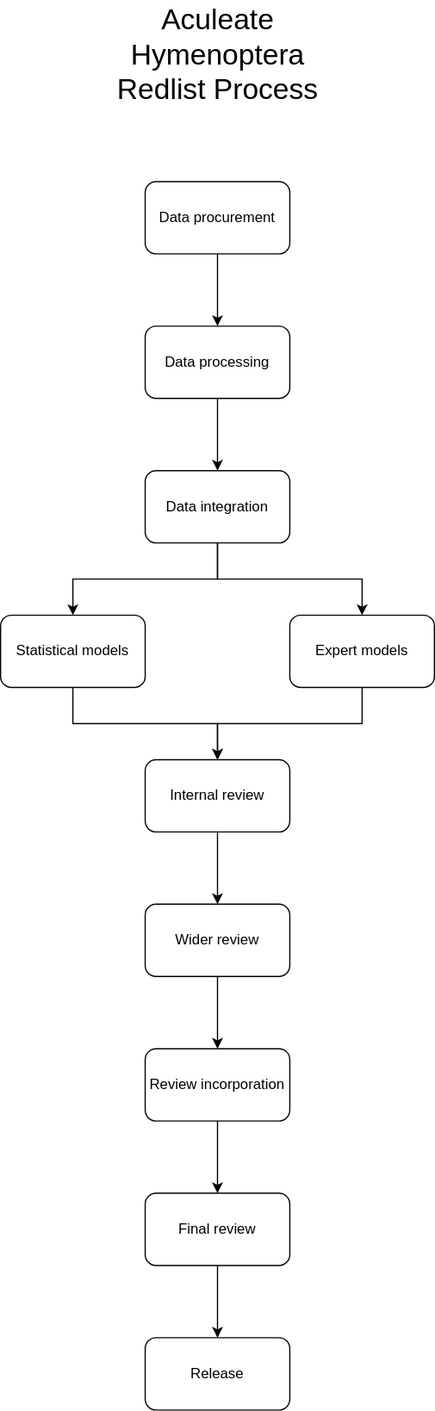
Above: diagrams/process_pipeline.drawio.svg in Edwards-R/redlist_docs (draw.io), before the change. Source tidied: cells renumbered, new cells last; positions are measured from the earlier drawing's top-left corner, leaving out a move shared by most shapes.
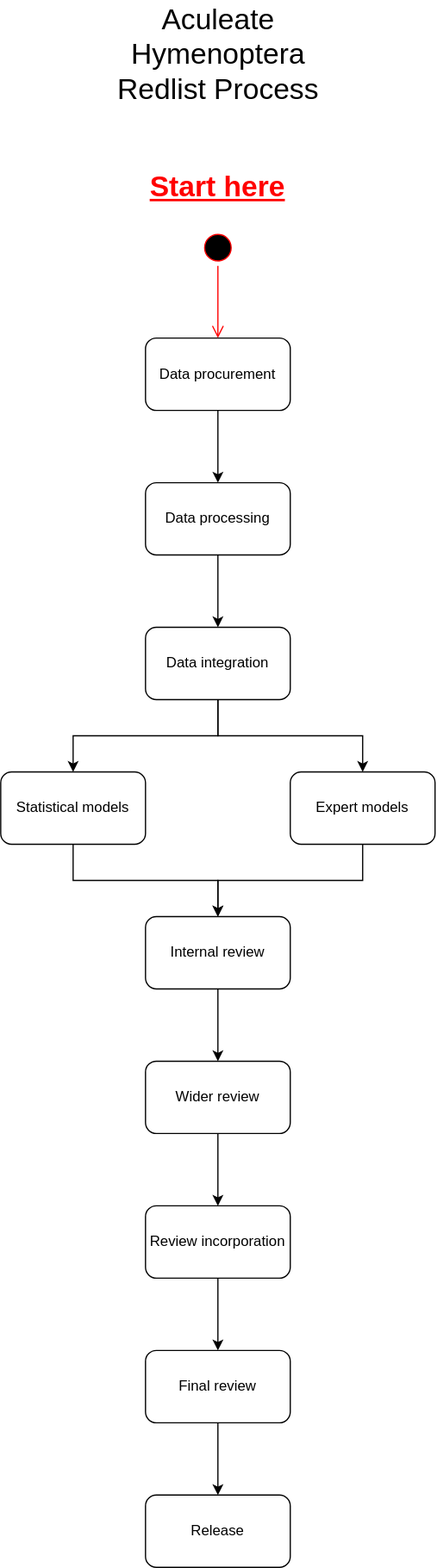
After the change.

Commit message:
Adding eligibility assessment process

The edit, as a diff of the source:
```diff
@@ -51,7 +51,7 @@
       <mxGeometry x="120" y="990" width="120" height="60" as="geometry" />
     </mxCell>
     <mxCell id="18" value="Aculeate Hymenoptera Redlist Process" style="text;html=1;strokeColor=none;fillColor=none;align=center;verticalAlign=middle;whiteSpace=wrap;rounded=0;fontSize=24;" parent="1" vertex="1">
-      <mxGeometry x="67.5" width="225" height="90" as="geometry" />
+      <mxGeometry x="67.5" y="-130" width="225" height="90" as="geometry" />
     </mxCell>
     <mxCell id="19" value="Release" style="rounded=1;whiteSpace=wrap;html=1;" parent="1" vertex="1">
       <mxGeometry x="120" y="1110" width="120" height="60" as="geometry" />
@@ -65,5 +65,16 @@
     <mxCell id="22" value="Expert models" style="rounded=1;whiteSpace=wrap;html=1;" parent="1" vertex="1">
       <mxGeometry x="240" y="510" width="120" height="60" as="geometry" />
     </mxCell>
+    <mxCell id="23" style="ellipse;html=1;shape=startState;fillColor=#000000;strokeColor=#ff0000;" parent="1" vertex="1">
+      <mxGeometry x="165" y="60" width="30" height="30" as="geometry" />
+    </mxCell>
+    <mxCell id="24" style="edgeStyle=orthogonalEdgeStyle;html=1;verticalAlign=bottom;endArrow=open;endSize=8;strokeColor=#ff0000;" parent="1" edge="1" source="23">
+      <mxGeometry relative="1" as="geometry">
+        <mxPoint x="180" y="150" as="targetPoint" />
+      </mxGeometry>
+    </mxCell>
+    <mxCell id="25" value="Start here" style="text;html=1;strokeColor=none;fillColor=none;align=center;verticalAlign=middle;whiteSpace=wrap;rounded=0;labelBorderColor=none;fontSize=24;fontColor=#FF0000;fontStyle=5;" parent="1" vertex="1">
+      <mxGeometry x="90" y="10" width="180" height="30" as="geometry" />
+    </mxCell>
   </root>
 </mxGraphModel>
```
